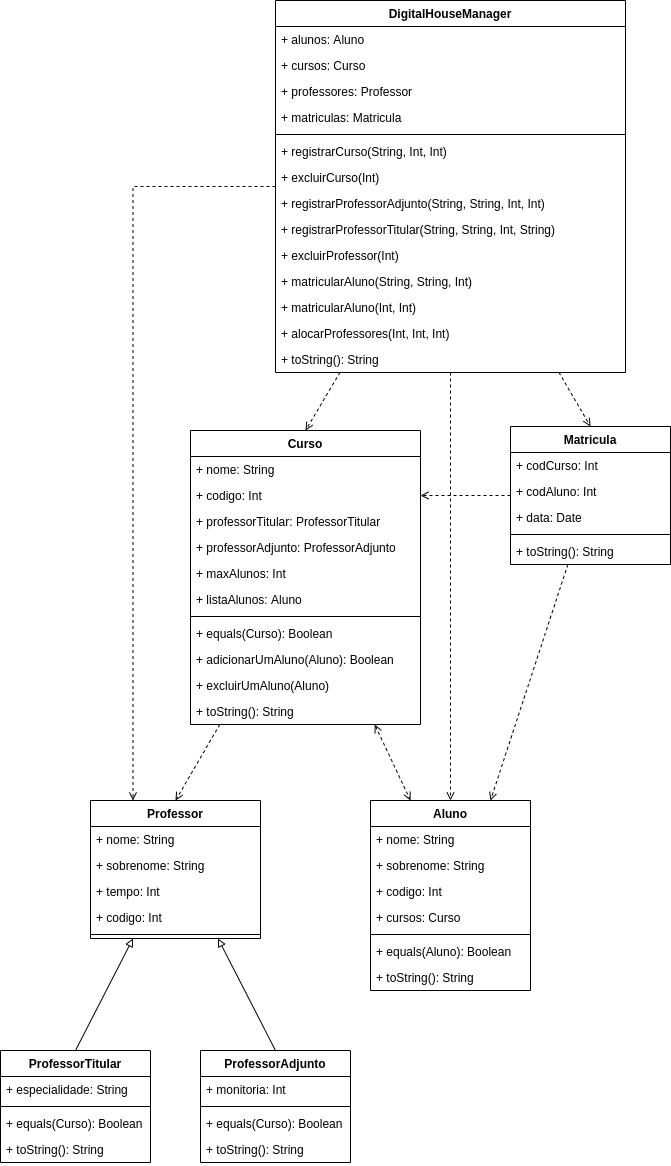
costadaniel/digital-house keeps this draw.io diagram as 13 - Desafio Kotlin/Diagrama/diagrama.png. Above is the earlier version. Source tidied: cells renumbered, new cells last; positions are measured from the earlier drawing's top-left corner, leaving out a move shared by most shapes.
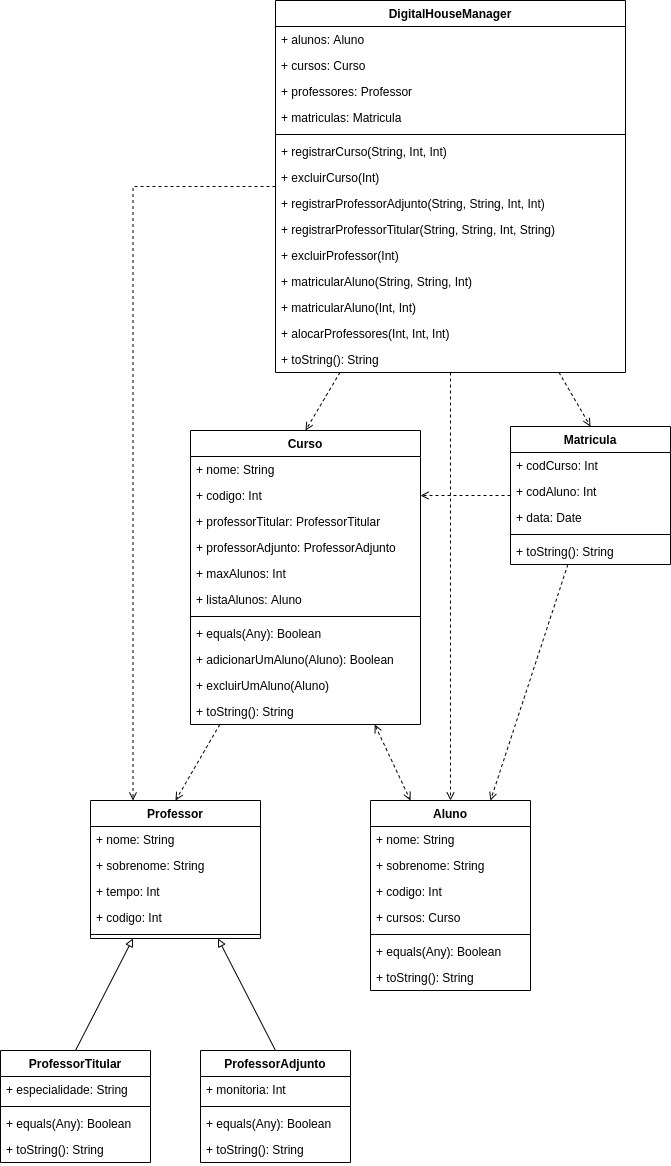
After the commit.

The edit, as a diff of the source:
```diff
@@ -56,7 +56,7 @@
     <mxCell id="19" style="line;strokeWidth=1;fillColor=none;align=left;verticalAlign=middle;spacingTop=-1;spacingLeft=3;spacingRight=3;labelPosition=right;" parent="12" vertex="1">
       <mxGeometry y="182" width="230" height="8" as="geometry" />
     </mxCell>
-    <mxCell id="20" value="+ equals(Curso): Boolean" style="text;strokeColor=none;fillColor=none;align=left;verticalAlign=top;spacingLeft=4;spacingRight=4;overflow=hidden;" parent="12" vertex="1">
+    <mxCell id="20" value="+ equals(Any): Boolean" style="text;strokeColor=none;fillColor=none;align=left;verticalAlign=top;spacingLeft=4;spacingRight=4;overflow=hidden;" parent="12" vertex="1">
       <mxGeometry y="190" width="230" height="26" as="geometry" />
     </mxCell>
     <mxCell id="21" value="+ adicionarUmAluno(Aluno): Boolean" style="text;strokeColor=none;fillColor=none;align=left;verticalAlign=top;spacingLeft=4;spacingRight=4;overflow=hidden;" parent="12" vertex="1">
@@ -149,7 +149,7 @@
     <mxCell id="50" style="line;strokeWidth=1;fillColor=none;align=left;verticalAlign=middle;spacingTop=-1;spacingLeft=3;spacingRight=3;labelPosition=right;" parent="45" vertex="1">
       <mxGeometry y="130" width="160" height="8" as="geometry" />
     </mxCell>
-    <mxCell id="51" value="+ equals(Aluno): Boolean" style="text;strokeColor=none;fillColor=none;align=left;verticalAlign=top;spacingLeft=4;spacingRight=4;overflow=hidden;" parent="45" vertex="1">
+    <mxCell id="51" value="+ equals(Any): Boolean" style="text;strokeColor=none;fillColor=none;align=left;verticalAlign=top;spacingLeft=4;spacingRight=4;overflow=hidden;" parent="45" vertex="1">
       <mxGeometry y="138" width="160" height="26" as="geometry" />
     </mxCell>
     <mxCell id="52" value="+ toString(): String" style="text;strokeColor=none;fillColor=none;align=left;verticalAlign=top;spacingLeft=4;spacingRight=4;overflow=hidden;" parent="45" vertex="1">
@@ -164,7 +164,7 @@
     <mxCell id="55" style="line;strokeWidth=1;fillColor=none;align=left;verticalAlign=middle;spacingTop=-1;spacingLeft=3;spacingRight=3;labelPosition=right;" parent="53" vertex="1">
       <mxGeometry y="52" width="150" height="8" as="geometry" />
     </mxCell>
-    <mxCell id="56" value="+ equals(Curso): Boolean" style="text;strokeColor=none;fillColor=none;align=left;verticalAlign=top;spacingLeft=4;spacingRight=4;overflow=hidden;" parent="53" vertex="1">
+    <mxCell id="56" value="+ equals(Any): Boolean" style="text;strokeColor=none;fillColor=none;align=left;verticalAlign=top;spacingLeft=4;spacingRight=4;overflow=hidden;" parent="53" vertex="1">
       <mxGeometry y="60" width="150" height="26" as="geometry" />
     </mxCell>
     <mxCell id="57" value="+ toString(): String" style="text;strokeColor=none;fillColor=none;align=left;verticalAlign=top;spacingLeft=4;spacingRight=4;overflow=hidden;" parent="53" vertex="1">
@@ -197,7 +197,7 @@
     <mxCell id="66" style="line;strokeWidth=1;fillColor=none;align=left;verticalAlign=middle;spacingTop=-1;spacingLeft=3;spacingRight=3;labelPosition=right;" parent="64" vertex="1">
       <mxGeometry y="52" width="150" height="8" as="geometry" />
     </mxCell>
-    <mxCell id="67" value="+ equals(Curso): Boolean" style="text;strokeColor=none;fillColor=none;align=left;verticalAlign=top;spacingLeft=4;spacingRight=4;overflow=hidden;" parent="64" vertex="1">
+    <mxCell id="67" value="+ equals(Any): Boolean" style="text;strokeColor=none;fillColor=none;align=left;verticalAlign=top;spacingLeft=4;spacingRight=4;overflow=hidden;" parent="64" vertex="1">
       <mxGeometry y="60" width="150" height="26" as="geometry" />
     </mxCell>
     <mxCell id="68" value="+ toString(): String" style="text;strokeColor=none;fillColor=none;align=left;verticalAlign=top;spacingLeft=4;spacingRight=4;overflow=hidden;" parent="64" vertex="1">
```
